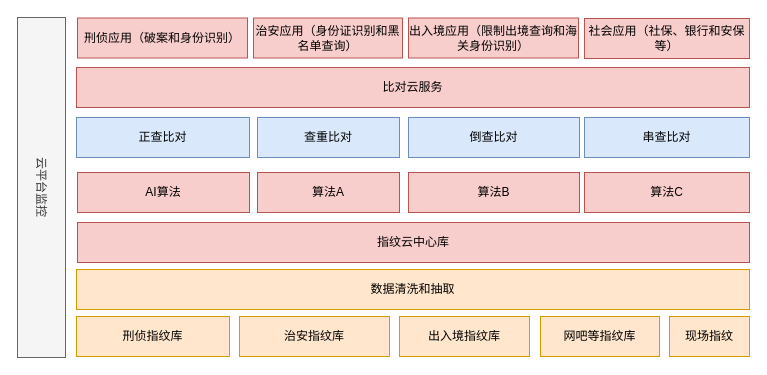
gray2blue/Sudoku keeps this draw.io diagram as page "Page-1" (1 of 2) of 业务模型.drawio. Above is the earlier version. Source tidied: cells renumbered, new cells numbered last; positions are measured from the earlier drawing's top-left corner, leaving out a move shared by most shapes. Both pictures are drawn from the tidied source at 100%, with x=0, y=0 at pixel (-129, 17).
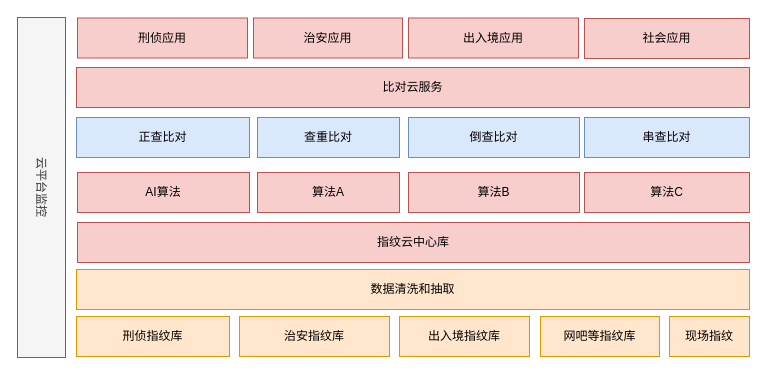
The same diagram, later.

Diff of the diagram source:
```diff
@@
-    <mxCell id="2" value="刑侦应用（破案和身份识别）&lt;br&gt;" style="rounded=0;whiteSpace=wrap;html=1;fillColor=#f8cecc;strokeColor=#b85450;" parent="1" vertex="1">
+    <mxCell id="2" value="刑侦应用&lt;br&gt;" style="rounded=0;whiteSpace=wrap;html=1;fillColor=#f8cecc;strokeColor=#b85450;" parent="1" vertex="1">
       <mxGeometry x="206" y="0.5" width="170" height="40" as="geometry" />
     </mxCell>
@@
-    <mxCell id="6" value="治安应用（身份证识别和黑名单查询）" style="rounded=0;whiteSpace=wrap;html=1;fillColor=#f8cecc;strokeColor=#b85450;" parent="1" vertex="1">
+    <mxCell id="6" value="治安应用" style="rounded=0;whiteSpace=wrap;html=1;fillColor=#f8cecc;strokeColor=#b85450;" parent="1" vertex="1">
       <mxGeometry x="382" y="0.5" width="149" height="40" as="geometry" />
     </mxCell>
@@
-    <mxCell id="11" value="出入境应用（限制出境查询和海关身份识别）" style="rounded=0;whiteSpace=wrap;html=1;fillColor=#f8cecc;strokeColor=#b85450;" parent="1" vertex="1">
+    <mxCell id="11" value="出入境应用" style="rounded=0;whiteSpace=wrap;html=1;fillColor=#f8cecc;strokeColor=#b85450;" parent="1" vertex="1">
       <mxGeometry x="537" y="0.5" width="170" height="40" as="geometry" />
     </mxCell>
@@
-    <mxCell id="22" value="社会应用（社保、银行和安保等）" style="rounded=0;whiteSpace=wrap;html=1;fillColor=#f8cecc;strokeColor=#b85450;" parent="1" vertex="1">
+    <mxCell id="22" value="社会应用" style="rounded=0;whiteSpace=wrap;html=1;fillColor=#f8cecc;strokeColor=#b85450;" parent="1" vertex="1">
       <mxGeometry x="713" y="1" width="165" height="40" as="geometry" />
     </mxCell>
```
